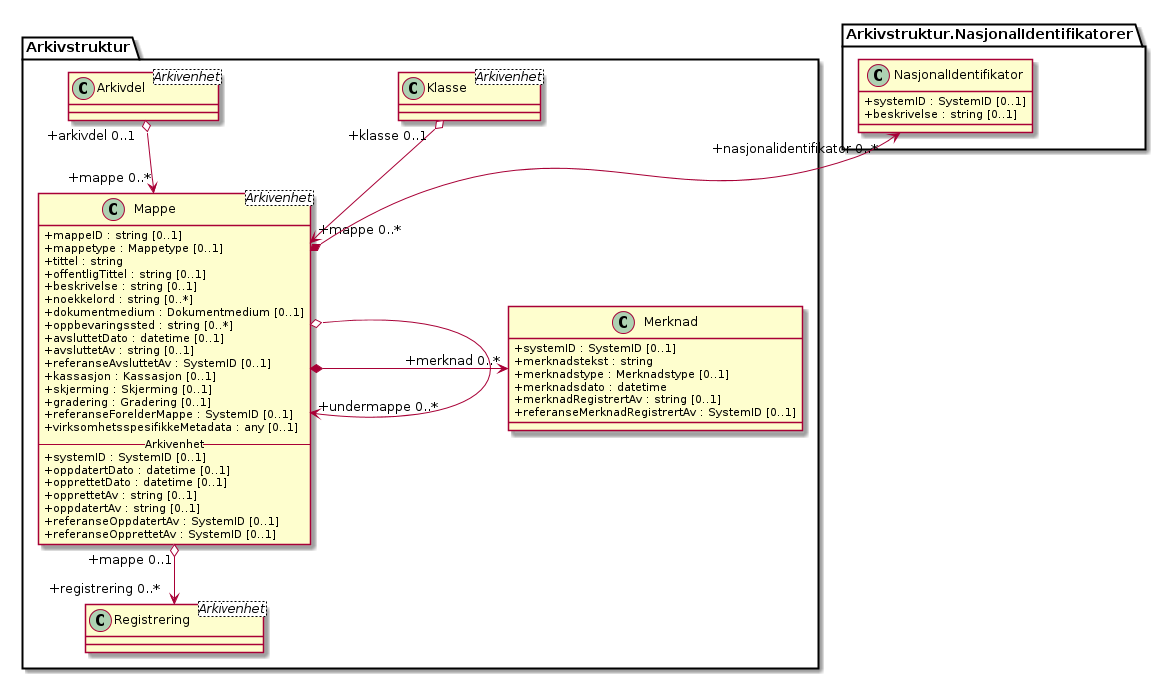
Before: kapitler/media/uml-arkivstruktur-mappe.png, a diagram exported from PlantUML (arkivverket/noark5-tjenestegrensesnitt-standard).
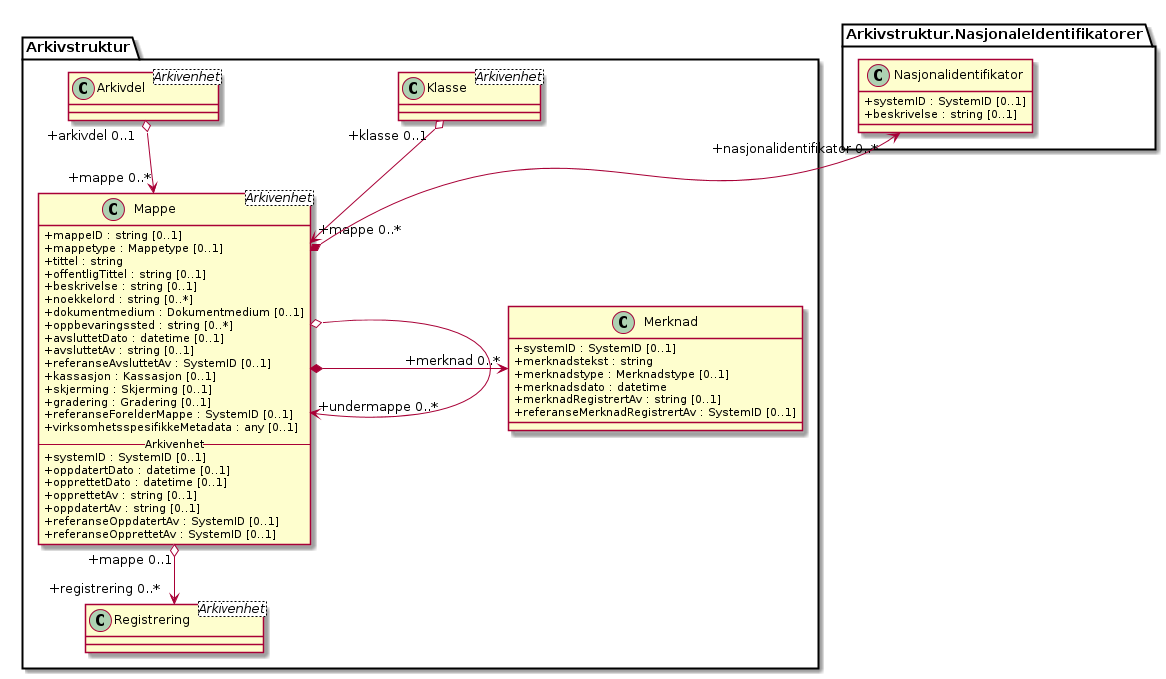
After the commit.

Diff of the diagram source:
```diff
@@ -40,7 +40,7 @@
   +merknadRegistrertAv : string [0..1]
   +referanseMerknadRegistrertAv : SystemID [0..1]
 }
-class Arkivstruktur.NasjonalIdentifikatorer.NasjonalIdentifikator {
+class Arkivstruktur.NasjonaleIdentifikatorer.Nasjonalidentifikator {
   +systemID : SystemID [0..1]
   +beskrivelse : string [0..1]
 }
@@ -50,5 +50,5 @@
 Arkivstruktur.Mappe o--> "+undermappe 0..*" Arkivstruktur.Mappe
 Arkivstruktur.Mappe "+mappe 0..1" o--> "+registrering 0..*" Arkivstruktur.Registrering
 Arkivstruktur.Mappe *-> "+merknad 0..*" Arkivstruktur.Merknad
-Arkivstruktur.NasjonalIdentifikatorer.NasjonalIdentifikator "+nasjonalidentifikator 0..*" <-* Arkivstruktur.Mappe
+Arkivstruktur.NasjonaleIdentifikatorer.Nasjonalidentifikator "+nasjonalidentifikator 0..*" <-* Arkivstruktur.Mappe
 @enduml
```
